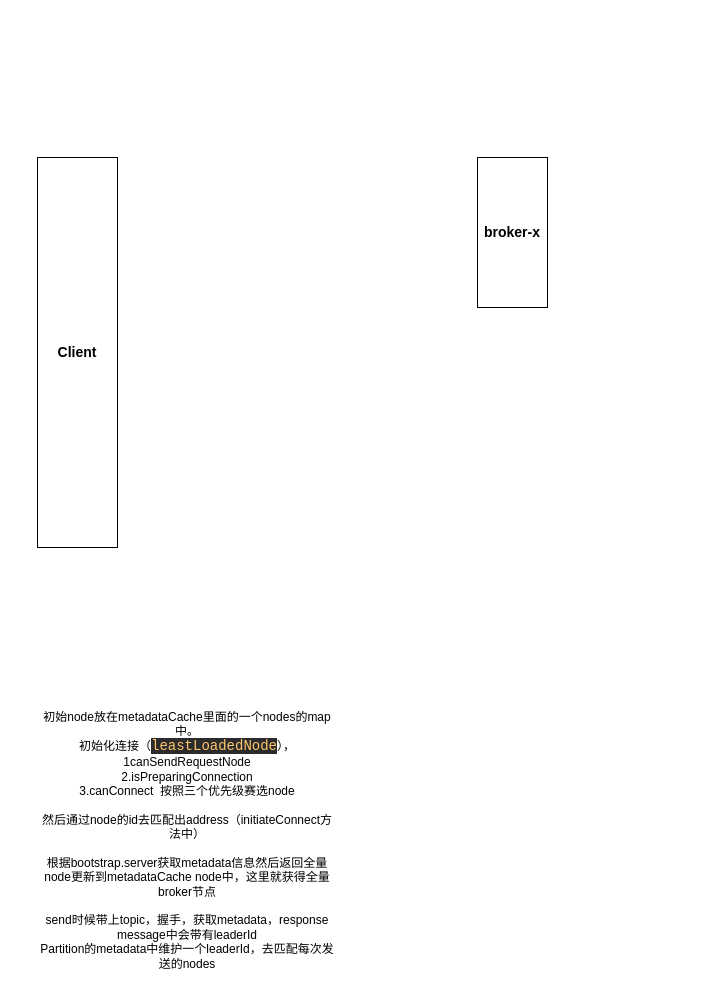
This is page "producer" (1 of 2) of kafka.drawio from zzl-code/drawImg, a draw.io file, before an edit. Source tidied: cells renumbered, new cells numbered last; positions are measured from the earlier drawing's top-left corner, leaving out a move shared by most shapes. Both pictures are drawn from the tidied source at 100%, with x=0, y=0 at pixel (37, 157).
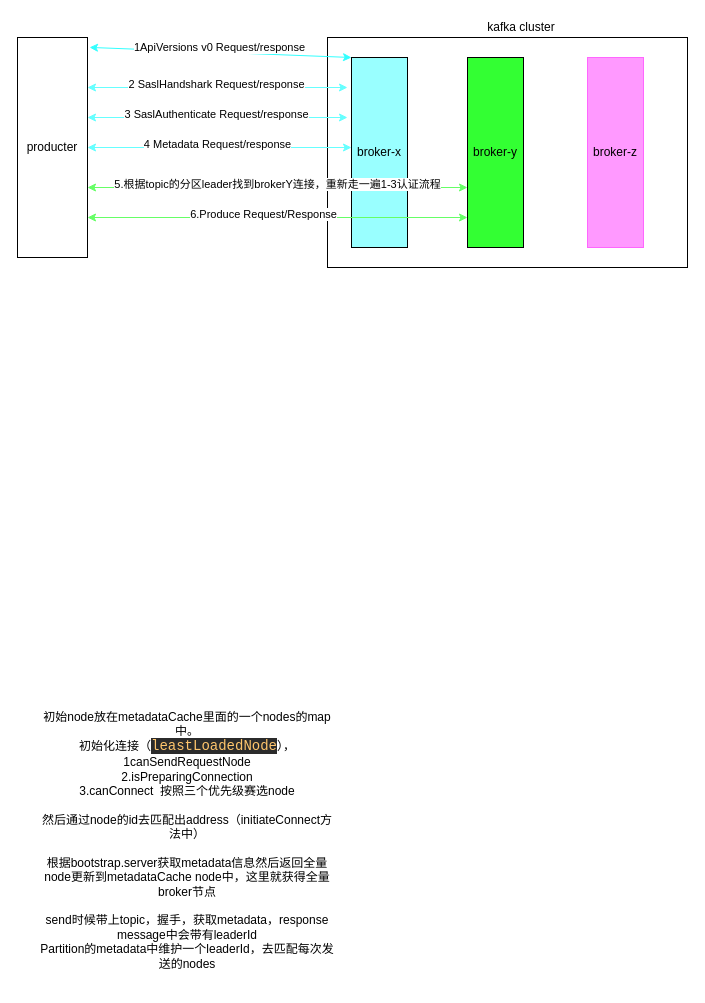
Above is the later version.

Change to the diagram source:
```diff
@@
-    <mxCell id="2" value="&lt;font style=&quot;font-size: 14px&quot;&gt;&lt;b&gt;Client&lt;/b&gt;&lt;/font&gt;" style="rounded=0;whiteSpace=wrap;html=1;" parent="1" vertex="1">
-      <mxGeometry width="80" height="390" as="geometry" />
-    </mxCell>
+    <mxCell id="4" value="初始node放在metadataCache里面的一个nodes的map中。&lt;br&gt;初始化连接（&lt;span style=&quot;color: rgb(255 , 198 , 109) ; background-color: rgb(43 , 43 , 43) ; font-family: &amp;#34;jetbrains mono&amp;#34; , monospace ; font-size: 10.5pt&quot;&gt;leastLoadedNode&lt;/span&gt;&lt;span&gt;），1canSendRequestNode&lt;br&gt;2.isPreparingConnection&lt;br&gt;3.canConnect&amp;nbsp; 按照三个优先级赛选node&lt;br&gt;&lt;br&gt;然后通过node的id去匹配出address（initiateConnect方法中）&lt;br&gt;&lt;br&gt;根据bootstrap.server获取metadata信息然后返回全量node更新到metadataCache node中，这里就获得全量broker节点&lt;br&gt;&lt;/span&gt;&lt;span&gt;&lt;br&gt;send时候带上topic，握手，获取metadata，response message中会带有leaderId&lt;br&gt;Partition的metadata中维护一个leaderId，去匹配每次发送的nodes&lt;br&gt;&lt;br&gt;&lt;/span&gt;" style="text;html=1;strokeColor=none;fillColor=none;align=center;verticalAlign=middle;whiteSpace=wrap;rounded=0;" parent="1" vertex="1">
+      <mxGeometry y="580" width="300" height="220" as="geometry" />
+    </mxCell>
+    <mxCell id="5" value="producter" style="rounded=0;whiteSpace=wrap;html=1;" parent="1" vertex="1">
+      <mxGeometry x="-20" y="-120" width="70" height="220" as="geometry" />
+    </mxCell>
+    <mxCell id="6" style="rounded=0;whiteSpace=wrap;html=1;" parent="1" vertex="1">
+      <mxGeometry x="290" y="-120" width="360" height="230" as="geometry" />
+    </mxCell>
-    <mxCell id="3" value="&lt;font style=&quot;font-size: 14px&quot;&gt;&lt;b&gt;broker-x&lt;/b&gt;&lt;/font&gt;" style="rounded=0;whiteSpace=wrap;html=1;" parent="1" vertex="1">
-      <mxGeometry x="440" width="70" height="150" as="geometry" />
+    <mxCell id="3" value="broker-x" style="rounded=0;whiteSpace=wrap;html=1;fillColor=#99FFFF;" parent="1" vertex="1">
+      <mxGeometry x="314" y="-100" width="56" height="190" as="geometry" />
     </mxCell>
-    <mxCell id="4" value="初始node放在metadataCache里面的一个nodes的map中。&lt;br&gt;初始化连接（&lt;span style=&quot;color: rgb(255 , 198 , 109) ; background-color: rgb(43 , 43 , 43) ; font-family: &amp;#34;jetbrains mono&amp;#34; , monospace ; font-size: 10.5pt&quot;&gt;leastLoadedNode&lt;/span&gt;&lt;span&gt;），1canSendRequestNode&lt;br&gt;2.isPreparingConnection&lt;br&gt;3.canConnect&amp;nbsp; 按照三个优先级赛选node&lt;br&gt;&lt;br&gt;然后通过node的id去匹配出address（initiateConnect方法中）&lt;br&gt;&lt;br&gt;根据bootstrap.server获取metadata信息然后返回全量node更新到metadataCache node中，这里就获得全量broker节点&lt;br&gt;&lt;/span&gt;&lt;span&gt;&lt;br&gt;send时候带上topic，握手，获取metadata，response message中会带有leaderId&lt;br&gt;Partition的metadata中维护一个leaderId，去匹配每次发送的nodes&lt;br&gt;&lt;br&gt;&lt;/span&gt;" style="text;html=1;strokeColor=none;fillColor=none;align=center;verticalAlign=middle;whiteSpace=wrap;rounded=0;" parent="1" vertex="1">
-      <mxGeometry y="580" width="300" height="220" as="geometry" />
-    </mxCell>
+    <mxCell id="7" value="broker-y" style="rounded=0;whiteSpace=wrap;html=1;fillColor=#33FF33;" parent="1" vertex="1">
+      <mxGeometry x="430" y="-100" width="56" height="190" as="geometry" />
+    </mxCell>
+    <mxCell id="8" value="broker-z" style="rounded=0;whiteSpace=wrap;html=1;fillColor=#FF99FF;strokeColor=#FF66FF;" parent="1" vertex="1">
+      <mxGeometry x="550" y="-100" width="56" height="190" as="geometry" />
+    </mxCell>
+    <mxCell id="9" value="kafka cluster" style="text;html=1;strokeColor=none;fillColor=none;align=center;verticalAlign=middle;whiteSpace=wrap;rounded=0;" parent="1" vertex="1">
+      <mxGeometry x="438" y="-140" width="92" height="20" as="geometry" />
+    </mxCell>
+    <mxCell id="10" style="endArrow=classic;startArrow=classic;html=1;exitX=1.029;exitY=0.045;exitDx=0;exitDy=0;exitPerimeter=0;entryX=0;entryY=0;entryDx=0;entryDy=0;strokeColor=#33FFFF;" parent="1" edge="1" source="5" target="3">
+      <mxGeometry relative="1" as="geometry" />
+    </mxCell>
+    <mxCell id="11" value="1ApiVersions v0 Request/response" style="edgeLabel;html=1;align=center;verticalAlign=middle;" parent="10" vertex="1">
+      <mxGeometry x="-0.21" y="4" relative="1" as="geometry">
+        <mxPoint x="25" as="offset" />
+      </mxGeometry>
+    </mxCell>
+    <mxCell id="12" style="endArrow=classic;startArrow=classic;html=1;exitX=1.029;exitY=0.045;exitDx=0;exitDy=0;exitPerimeter=0;strokeColor=#66FFFF;" parent="1" edge="1">
+      <mxGeometry relative="1" as="geometry">
+        <mxPoint x="50" y="-70" as="sourcePoint" />
+        <mxPoint x="310" y="-70" as="targetPoint" />
+      </mxGeometry>
+    </mxCell>
+    <mxCell id="13" value="2 SaslHandshark Request/response" style="edgeLabel;html=1;align=center;verticalAlign=middle;" parent="12" vertex="1">
+      <mxGeometry x="-0.21" y="4" relative="1" as="geometry">
+        <mxPoint x="25" as="offset" />
+      </mxGeometry>
+    </mxCell>
+    <mxCell id="14" style="endArrow=classic;startArrow=classic;html=1;exitX=1.029;exitY=0.045;exitDx=0;exitDy=0;exitPerimeter=0;strokeColor=#66FFFF;" parent="1" edge="1">
+      <mxGeometry relative="1" as="geometry">
+        <mxPoint x="50" y="-40" as="sourcePoint" />
+        <mxPoint x="310" y="-40" as="targetPoint" />
+      </mxGeometry>
+    </mxCell>
+    <mxCell id="15" value="3 SaslAuthenticate Request/response" style="edgeLabel;html=1;align=center;verticalAlign=middle;" parent="14" vertex="1">
+      <mxGeometry x="-0.21" y="4" relative="1" as="geometry">
+        <mxPoint x="25" as="offset" />
+      </mxGeometry>
+    </mxCell>
+    <mxCell id="16" style="endArrow=classic;startArrow=classic;html=1;strokeColor=#66FFFF;" parent="1" edge="1">
+      <mxGeometry relative="1" as="geometry">
+        <mxPoint x="50" y="-10" as="sourcePoint" />
+        <mxPoint x="314" y="-10" as="targetPoint" />
+      </mxGeometry>
+    </mxCell>
+    <mxCell id="17" value="4 Metadata Request/response" style="edgeLabel;html=1;align=center;verticalAlign=middle;" parent="16" vertex="1">
+      <mxGeometry x="-0.21" y="4" relative="1" as="geometry">
+        <mxPoint x="25" as="offset" />
+      </mxGeometry>
+    </mxCell>
+    <mxCell id="18" style="endArrow=classic;startArrow=classic;html=1;strokeColor=#66FF66;" parent="1" edge="1">
+      <mxGeometry relative="1" as="geometry">
+        <mxPoint x="50" y="30" as="sourcePoint" />
+        <mxPoint x="430" y="30" as="targetPoint" />
+      </mxGeometry>
+    </mxCell>
+    <mxCell id="19" value="5.根据topic的分区leader找到brokerY连接，重新走一遍1-3认证流程" style="edgeLabel;html=1;align=center;verticalAlign=middle;" parent="18" vertex="1">
+      <mxGeometry x="-0.21" y="4" relative="1" as="geometry">
+        <mxPoint x="39" as="offset" />
+      </mxGeometry>
+    </mxCell>
+    <mxCell id="20" style="endArrow=classic;startArrow=classic;html=1;strokeColor=#66FF66;" parent="1" edge="1">
+      <mxGeometry relative="1" as="geometry">
+        <mxPoint x="50" y="60" as="sourcePoint" />
+        <mxPoint x="430" y="60" as="targetPoint" />
+      </mxGeometry>
+    </mxCell>
+    <mxCell id="21" value="6.Produce Request/Response" style="edgeLabel;html=1;align=center;verticalAlign=middle;" parent="20" vertex="1">
+      <mxGeometry x="-0.21" y="4" relative="1" as="geometry">
+        <mxPoint x="25" as="offset" />
+      </mxGeometry>
+    </mxCell>
```
